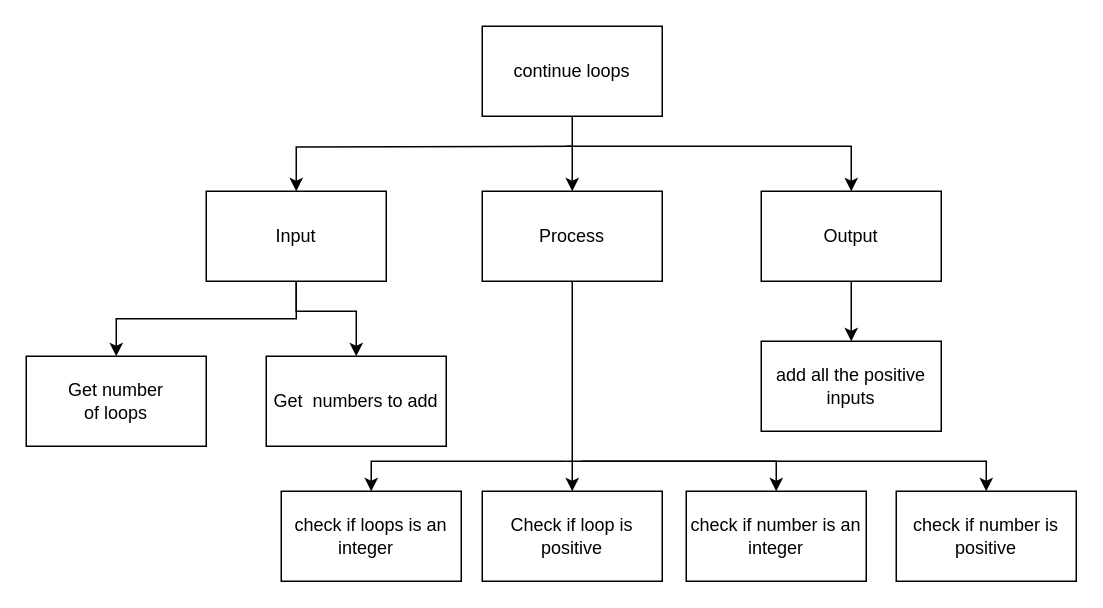
Earlier version of the draw.io diagram design/top_down.drawio (Emmanuel-Fofeyin/ICS3U-Unit4-06-Python). Source tidied: cells renumbered, new cells numbered last; positions are measured from the earlier drawing's top-left corner, leaving out a move shared by most shapes. Both pictures are drawn from the tidied source at 150%, with x=0, y=0 at pixel (26, 26).
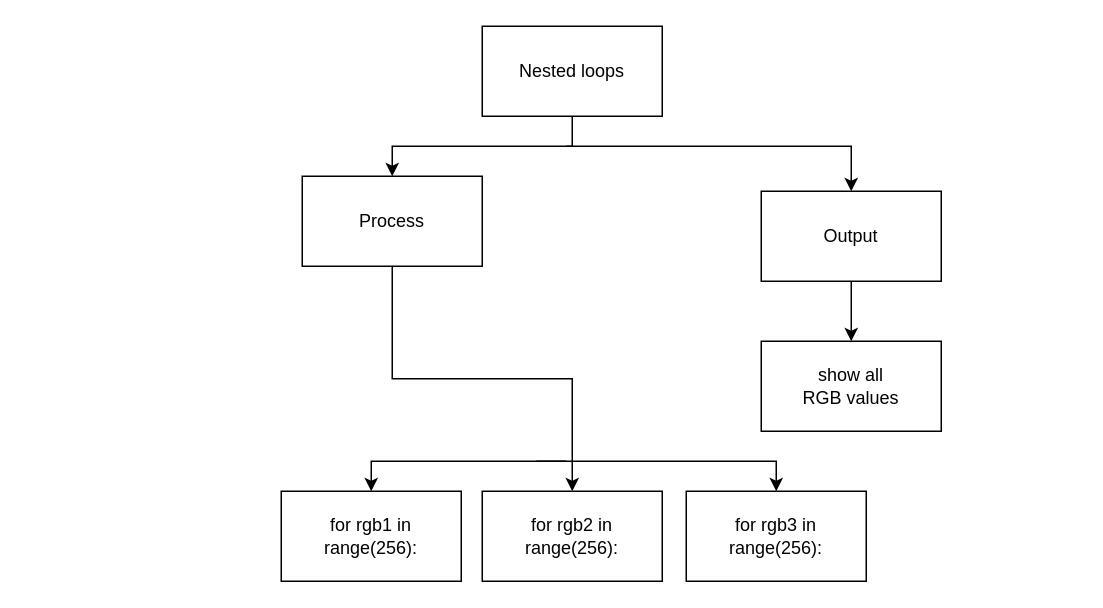
The same diagram, later.

What changed in the source:
```diff
@@
-    <mxCell id="2" style="edgeStyle=none;html=1;entryX=0.5;entryY=0;entryDx=0;entryDy=0;" parent="1" edge="1" source="3" target="5">
+    <mxCell id="2" style="edgeStyle=none;html=1;entryX=0.5;entryY=0;entryDx=0;entryDy=0;rounded=0;" parent="1" edge="1" source="3" target="5">
       <mxGeometry relative="1" as="geometry">
         <Array as="points">
           <mxPoint x="364" y="80" />
+          <mxPoint x="244" y="80" />
         </Array>
       </mxGeometry>
     </mxCell>
-    <mxCell id="3" value="continue loops" style="rounded=0;whiteSpace=wrap;html=1;" parent="1" vertex="1">
+    <mxCell id="3" value="Nested loops" style="rounded=0;whiteSpace=wrap;html=1;" parent="1" vertex="1">
       <mxGeometry x="304" width="120" height="60" as="geometry" />
     </mxCell>
@@
     <mxCell id="5" value="Process" style="rounded=0;whiteSpace=wrap;html=1;" parent="1" vertex="1">
-      <mxGeometry x="304" y="110" width="120" height="60" as="geometry" />
+      <mxGeometry x="184" y="100" width="120" height="60" as="geometry" />
     </mxCell>
@@
-    <mxCell id="8" style="edgeStyle=orthogonalEdgeStyle;rounded=0;html=1;entryX=0.5;entryY=0;entryDx=0;entryDy=0;" parent="1" edge="1" source="10" target="13">
-      <mxGeometry relative="1" as="geometry" />
-    </mxCell>
-    <mxCell id="9" style="edgeStyle=none;html=1;entryX=0.5;entryY=0;entryDx=0;entryDy=0;rounded=0;" parent="1" edge="1" source="10" target="22">
-      <mxGeometry relative="1" as="geometry">
-        <Array as="points">
-          <mxPoint x="180" y="190" />
-          <mxPoint x="220" y="190" />
-        </Array>
-      </mxGeometry>
-    </mxCell>
-    <mxCell id="10" value="Input" style="rounded=0;whiteSpace=wrap;html=1;" parent="1" vertex="1">
-      <mxGeometry x="120" y="110" width="120" height="60" as="geometry" />
-    </mxCell>
-    <mxCell id="11" style="edgeStyle=orthogonalEdgeStyle;html=1;entryX=0.5;entryY=0;entryDx=0;entryDy=0;rounded=0;" parent="1" edge="1" target="10">
-      <mxGeometry relative="1" as="geometry">
-        <mxPoint x="364" y="80" as="sourcePoint" />
-      </mxGeometry>
-    </mxCell>
@@
-    <mxCell id="13" value="Get number &lt;br&gt;of loops" style="rounded=0;whiteSpace=wrap;html=1;" parent="1" vertex="1">
-      <mxGeometry y="220" width="120" height="60" as="geometry" />
-    </mxCell>
-    <mxCell id="14" value="Check if loop is positive" style="rounded=0;whiteSpace=wrap;html=1;" parent="1" vertex="1">
+    <mxCell id="14" value="&lt;div&gt;for rgb2 in range(256):&lt;/div&gt;" style="rounded=0;whiteSpace=wrap;html=1;" parent="1" vertex="1">
       <mxGeometry x="304" y="310" width="120" height="60" as="geometry" />
     </mxCell>
-    <mxCell id="15" value="add all the positive inputs" style="rounded=0;whiteSpace=wrap;html=1;" parent="1" vertex="1">
+    <mxCell id="15" value="show all &lt;br&gt;RGB values" style="rounded=0;whiteSpace=wrap;html=1;" parent="1" vertex="1">
       <mxGeometry x="490" y="210" width="120" height="60" as="geometry" />
     </mxCell>
@@
     <mxCell id="17" style="edgeStyle=none;rounded=0;html=1;entryX=0.5;entryY=0;entryDx=0;entryDy=0;" parent="1" edge="1" target="18">
       <mxGeometry relative="1" as="geometry">
-        <mxPoint x="370" y="290" as="sourcePoint" />
+        <mxPoint x="340" y="290" as="sourcePoint" />
         <Array as="points">
           <mxPoint x="500" y="290" />
         </Array>
       </mxGeometry>
     </mxCell>
-    <mxCell id="18" value="check if number is an integer" style="rounded=0;whiteSpace=wrap;html=1;" parent="1" vertex="1">
+    <mxCell id="18" value="&lt;div&gt;for rgb3 in range(256):&lt;/div&gt;" style="rounded=0;whiteSpace=wrap;html=1;" parent="1" vertex="1">
       <mxGeometry x="440" y="310" width="120" height="60" as="geometry" />
     </mxCell>
-    <mxCell id="19" style="edgeStyle=none;html=1;rounded=0;entryX=0.5;entryY=0;entryDx=0;entryDy=0;" parent="1" edge="1" target="20">
-      <mxGeometry relative="1" as="geometry">
-        <mxPoint x="360" y="290" as="sourcePoint" />
-        <Array as="points">
-          <mxPoint x="640" y="290" />
-        </Array>
-      </mxGeometry>
-    </mxCell>
-    <mxCell id="20" value="check if number is positive" style="rounded=0;whiteSpace=wrap;html=1;" parent="1" vertex="1">
-      <mxGeometry x="580" y="310" width="120" height="60" as="geometry" />
-    </mxCell>
-    <mxCell id="21" value="check if loops is an integer&amp;nbsp;&amp;nbsp;" style="rounded=0;whiteSpace=wrap;html=1;" parent="1" vertex="1">
+    <mxCell id="21" value="for rgb1 in range(256):" style="rounded=0;whiteSpace=wrap;html=1;" parent="1" vertex="1">
       <mxGeometry x="170" y="310" width="120" height="60" as="geometry" />
     </mxCell>
-    <mxCell id="22" value="Get&amp;nbsp; numbers to add" style="rounded=0;whiteSpace=wrap;html=1;" parent="1" vertex="1">
-      <mxGeometry x="160" y="220" width="120" height="60" as="geometry" />
-    </mxCell>
```
